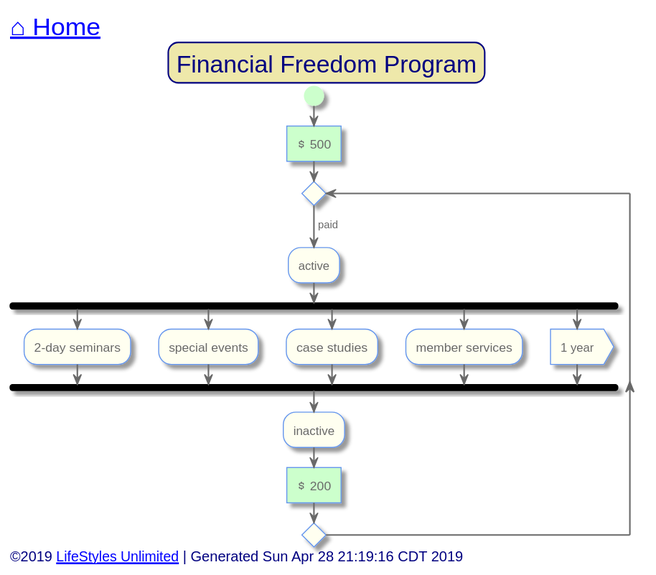
The PlantUML diagram out/src/unlimited-lifestyle/financial-freedom-program.svg in toddmo/lifestylesunlimited, before a commit.
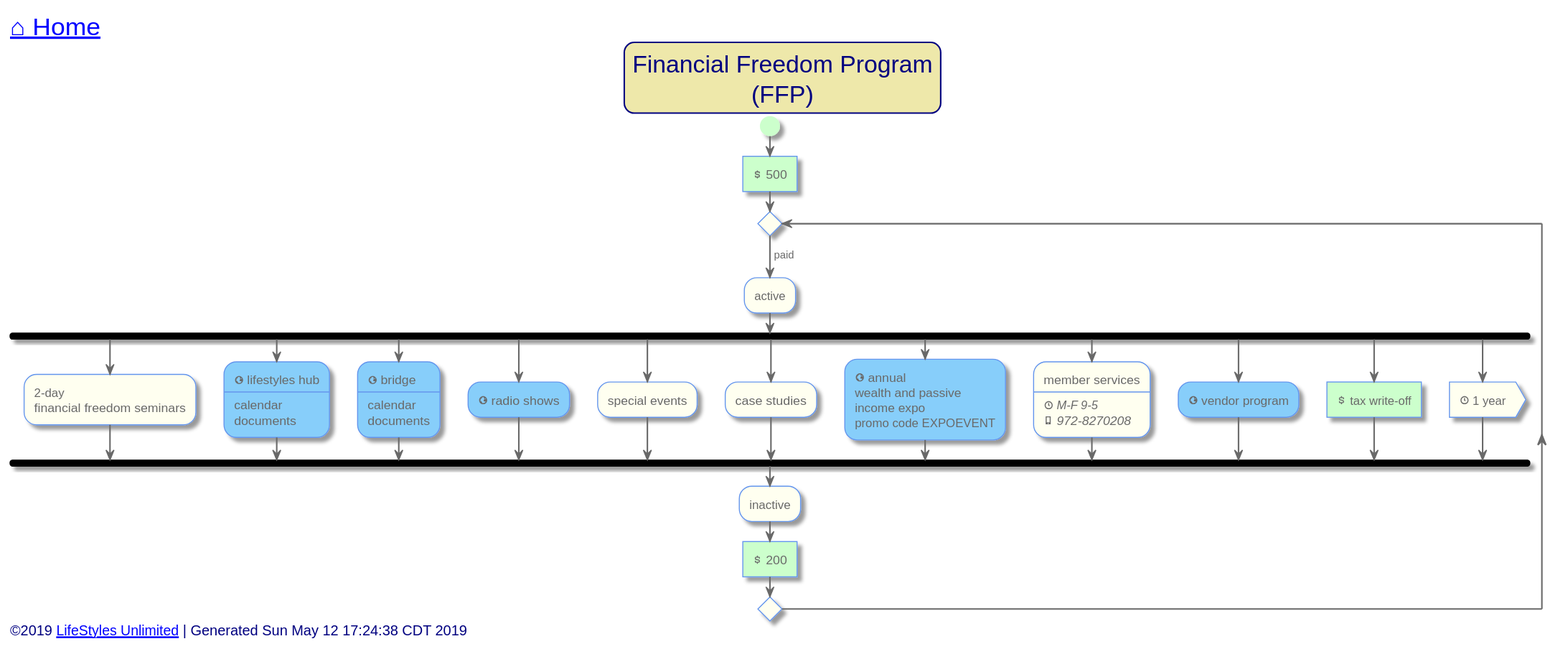
The same file after the commit.

Diff of the diagram source:
```diff
@@ -79,7 +79,7 @@
 endheader
 
 
-	Title Financial Freedom Program
+	Title Financial Freedom Program\n(FFP)
 
 	start
 
@@ -89,16 +89,30 @@
 		->paid;
 		:active;
 		fork
-			:2-day seminars;
+			:2-day\nfinancial freedom seminars;
+		fork again
+			[[https://www.lifestyleshub.com]]#LightSkyBlue:<&globe> lifestyles hub\n----\ncalendar\ndocuments;
+		fork again
+			[[https://ffp-lifestylesunlimited.bridgeapp.com]]#LightSkyBlue:<&globe> bridge\n----\ncalendar\ndocuments;
+		fork again
+		[[http://www.lifestylesunlimited.com/category/radio_shows]]#LightSkyBlue:<&globe> radio shows;
 		fork again
 			:special events;
 		fork again
 			:case studies;
 		fork again
-			:member services;
-
+			[[http://wealthandpassiveincomeexpo.com]]#LightSkyBlue:<&globe> annual\nwealth and passive\nincome expo\npromo code EXPOEVENT;
 		fork again
-			:1 year>
+			:member services
+			----
+			<i><&clock> M-F 9-5
+			<i><&phone> 972-8270208;
+		fork again
+			[[https://luincvendor.com]]#LightSkyBlue:<&globe> vendor program;
+		fork again
+			#PHYSICAL:<&dollar> tax write-off]
+		fork again
+			:<&clock> 1 year>
 		end fork
 
 		:inactive;
@@ -109,7 +123,7 @@
 
 
 left footer
-	<font size=14>©2019 [[http://www.lifestylesunlimited.com LifeStyles Unlimited]] | Generated Sun Apr 28 21:19:16 CDT 2019</font>
+	<font size=14>©2019 [[http://www.lifestylesunlimited.com LifeStyles Unlimited]] | Generated Sun May 12 17:24:38 CDT 2019</font>
 endfooter
 
 
```
